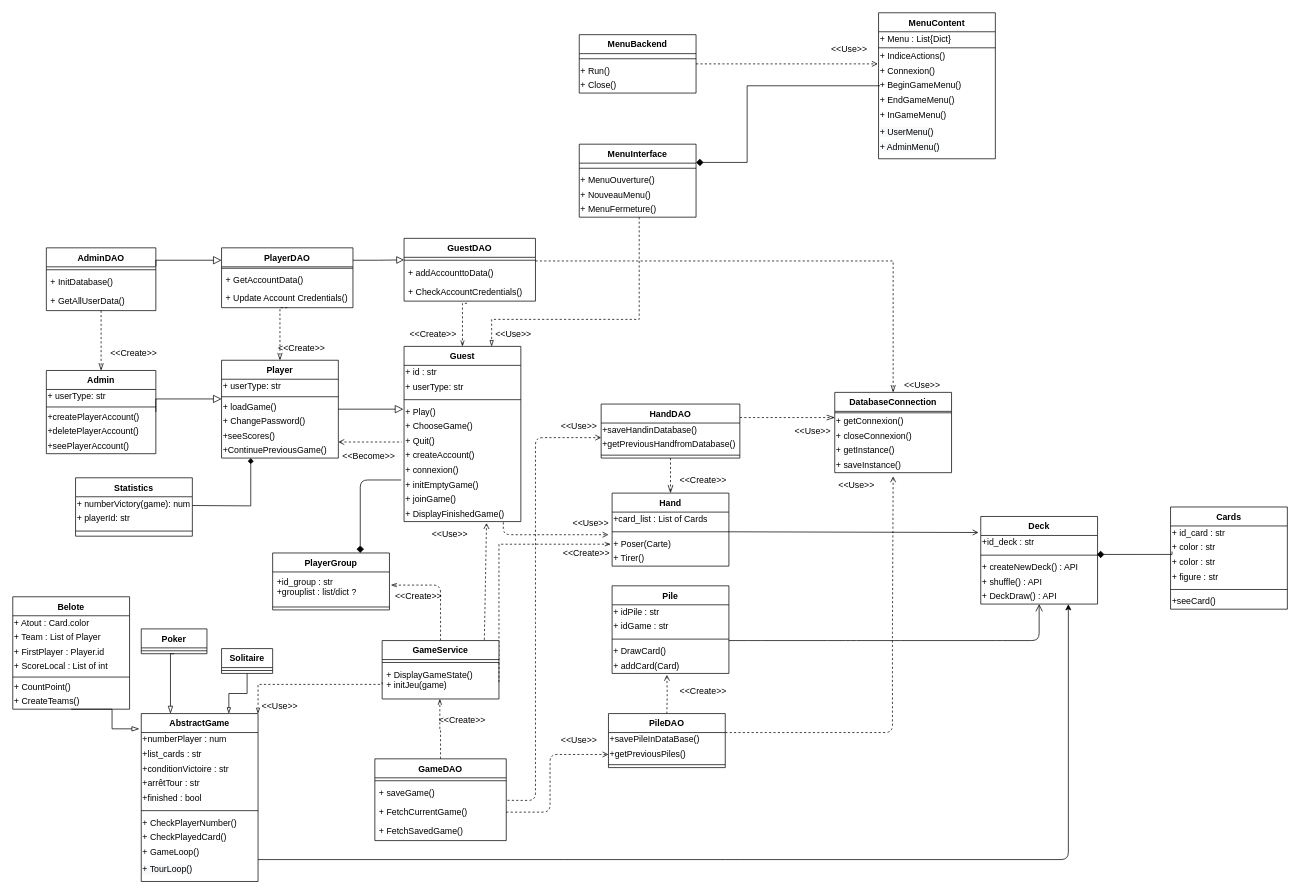
Above: Diagrams/ClassDiagram.drawio in MailineN/ProjetInfo2A (draw.io), before the change. Source tidied: cells renumbered, new cells numbered last; positions are measured from the earlier drawing's top-left corner, leaving out a move shared by most shapes. Both pictures are drawn from the tidied source at 73%, with x=0, y=0 at pixel (12, 12).
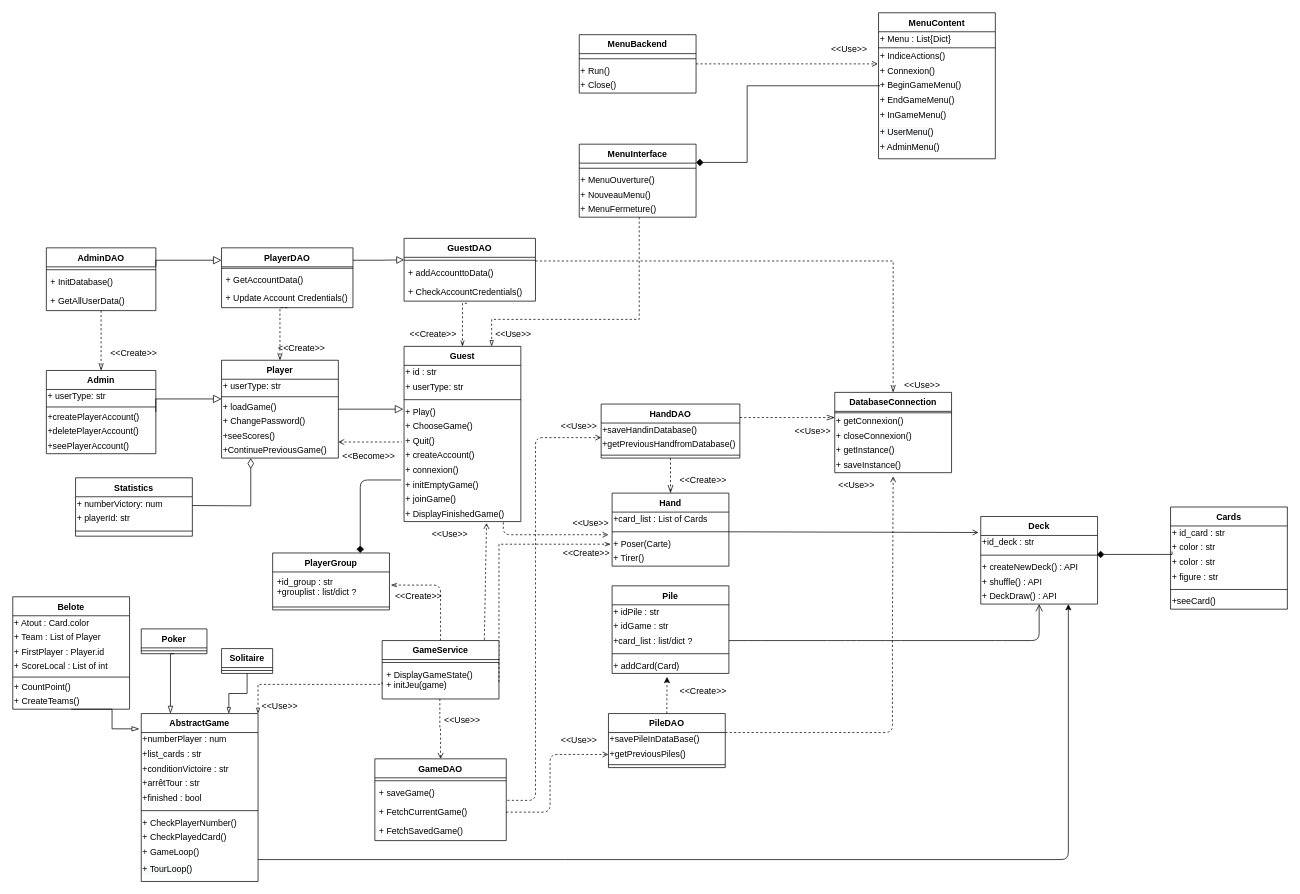
After the change.

Unchanged cells that the change refers to:
```xml
<mxCell id="107" value="GameDAO" style="swimlane;fontStyle=1;align=center;verticalAlign=top;horizontal=1;startSize=26;fontColor=none;" parent="1" vertex="1">
  <mxGeometry x="496" y="1022" width="180" height="112" as="geometry" />
</mxCell>
<mxCell id="118" value="Statistics" style="swimlane;fontStyle=1;align=center;verticalAlign=top;horizontal=1;startSize=26;" parent="1" vertex="1">
  <mxGeometry x="86" y="637" width="160" height="80" as="geometry" />
</mxCell>
<mxCell id="128" value="+ContinuePreviousGame()" style="text;html=1;strokeColor=none;fillColor=none;align=left;verticalAlign=middle;whiteSpace=wrap;rounded=0;" parent="122" vertex="1">
  <mxGeometry y="114" width="160" height="20" as="geometry" />
</mxCell>
<mxCell id="140" value="+ DisplayGameState()&#10;+ initJeu(game)" style="text;strokeColor=none;fillColor=none;align=left;verticalAlign=top;spacingLeft=4;spacingRight=4;overflow=hidden;points=[[0,0.5],[1,0.5]];portConstraint=eastwest;" parent="138" vertex="1">
  <mxGeometry y="34" width="160" height="46" as="geometry" />
</mxCell>
<mxCell id="156" value="PileDAO" style="swimlane;fontStyle=1;align=center;verticalAlign=top;horizontal=1;startSize=26;fontColor=none;" parent="1" vertex="1">
  <mxGeometry x="816" y="960" width="160" height="74" as="geometry" />
</mxCell>
<mxCell id="166" value="Deck" style="swimlane;fontStyle=1;align=center;verticalAlign=top;horizontal=1;startSize=26;fontColor=none;" parent="1" vertex="1">
  <mxGeometry x="1326" y="690" width="160" height="120" as="geometry" />
</mxCell>
<mxCell id="179" value="Pile" style="swimlane;fontStyle=1;align=center;verticalAlign=top;horizontal=1;startSize=26;fontColor=none;" parent="1" vertex="1">
  <mxGeometry x="821" y="785" width="160" height="120" as="geometry" />
</mxCell>
<mxCell id="184" value="+ addCard(Card)" style="text;html=1;align=left;verticalAlign=middle;points=[];fontColor=none;" parent="179" vertex="1">
  <mxGeometry y="100" width="160" height="20" as="geometry" />
</mxCell>
```

The edit, as a diff of the source:
```diff
@@
-    <mxCell id="14" style="edgeStyle=orthogonalEdgeStyle;rounded=0;jettySize=auto;html=1;dashed=1;endArrow=none;endFill=0;endSize=9;strokeWidth=1;fontColor=none;entryX=0.5;entryY=0;entryDx=0;entryDy=0;startArrow=open;startFill=0;" parent="1" edge="1" target="156">
-      <mxGeometry relative="1" as="geometry">
-        <mxPoint x="896" y="907" as="sourcePoint" />
-      </mxGeometry>
-    </mxCell>
@@
-    <mxCell id="17" style="endArrow=open;html=1;strokeWidth=1;fontColor=none;entryX=0.5;entryY=1;entryDx=0;entryDy=0;endFill=0;endSize=8;exitX=1;exitY=-0.25;exitDx=0;exitDy=0;exitPerimeter=0;" parent="1" edge="1" source="183" target="166">
+    <mxCell id="17" style="endArrow=open;html=1;strokeWidth=1;fontColor=none;entryX=0.5;entryY=1;entryDx=0;entryDy=0;endFill=0;endSize=8;exitX=1;exitY=-0.25;exitDx=0;exitDy=0;exitPerimeter=0;" parent="1" edge="1" target="166">
       <mxGeometry relative="1" as="geometry">
+        <mxPoint x="981" y="860" as="sourcePoint" />
         <Array as="points">
           <mxPoint x="1016" y="860" />
           <mxPoint x="1126" y="860" />
           <mxPoint x="1146" y="860" />
           <mxPoint x="1206" y="860" />
           <mxPoint x="1356" y="860" />
           <mxPoint x="1406" y="860" />
         </Array>
       </mxGeometry>
     </mxCell>
@@
-    <mxCell id="40" style="edgeStyle=orthogonalEdgeStyle;rounded=0;jettySize=auto;html=1;exitX=1;exitY=0.5;exitDx=0;exitDy=0;endArrow=diamond;endFill=1;entryX=0.25;entryY=1;entryDx=0;entryDy=0;" parent="1" edge="1" target="128">
+    <mxCell id="40" style="edgeStyle=orthogonalEdgeStyle;rounded=0;jettySize=auto;html=1;exitX=1;exitY=0.5;exitDx=0;exitDy=0;endArrow=diamondThin;endFill=0;entryX=0.25;entryY=1;entryDx=0;entryDy=0;endSize=12;" parent="1" edge="1" target="128">
       <mxGeometry relative="1" as="geometry">
         <mxPoint x="246" y="675" as="sourcePoint" />
       </mxGeometry>
     </mxCell>
-    <mxCell id="41" style="edgeStyle=orthogonalEdgeStyle;rounded=0;jettySize=auto;html=1;exitX=0.5;exitY=0;exitDx=0;exitDy=0;entryX=0.494;entryY=1;entryDx=0;entryDy=0;entryPerimeter=0;endArrow=openThin;endFill=0;dashed=1;" parent="1" edge="1" source="107" target="140">
-      <mxGeometry relative="1" as="geometry" />
+    <mxCell id="41" style="edgeStyle=orthogonalEdgeStyle;rounded=0;jettySize=auto;html=1;exitX=0.5;exitY=0;exitDx=0;exitDy=0;entryX=0.494;entryY=1;entryDx=0;entryDy=0;entryPerimeter=0;endArrow=none;endFill=0;dashed=1;startArrow=open;startFill=0;" parent="1" edge="1" source="107" target="140">
+      <mxGeometry relative="1" as="geometry">
+        <Array as="points">
+          <mxPoint x="585" y="981" />
+        </Array>
+      </mxGeometry>
     </mxCell>
@@
-    <mxCell id="47" value="&amp;lt;&amp;lt;Create&amp;gt;&amp;gt;" style="text;html=1;strokeColor=none;fillColor=none;align=center;verticalAlign=middle;whiteSpace=wrap;rounded=0;fontColor=none;" parent="1" vertex="1">
+    <mxCell id="47" value="&amp;lt;&amp;lt;Use&amp;gt;&amp;gt;" style="text;html=1;strokeColor=none;fillColor=none;align=center;verticalAlign=middle;whiteSpace=wrap;rounded=0;fontColor=none;" parent="1" vertex="1">
       <mxGeometry x="596" y="960" width="40" height="20" as="geometry" />
     </mxCell>
@@
-    <mxCell id="119" value="+ numberVictory(game): num" style="text;html=1;strokeColor=none;fillColor=none;align=left;verticalAlign=middle;whiteSpace=wrap;rounded=0;" parent="118" vertex="1">
+    <mxCell id="119" value="+ numberVictory: num" style="text;html=1;strokeColor=none;fillColor=none;align=left;verticalAlign=middle;whiteSpace=wrap;rounded=0;" parent="118" vertex="1">
       <mxGeometry y="26" width="160" height="20" as="geometry" />
     </mxCell>
@@
+    <mxCell id="186" value="+card_list : list/dict ?&amp;nbsp;" style="text;html=1;strokeColor=none;fillColor=none;align=left;verticalAlign=middle;whiteSpace=wrap;rounded=0;" parent="179" vertex="1">
+      <mxGeometry y="66" width="160" height="20" as="geometry" />
+    </mxCell>
     <mxCell id="182" style="line;strokeWidth=1;fillColor=none;align=left;verticalAlign=middle;spacingTop=-1;spacingLeft=3;spacingRight=3;labelPosition=right;" parent="179" vertex="1">
-      <mxGeometry y="66" width="160" height="14" as="geometry" />
+      <mxGeometry y="86" width="160" height="14" as="geometry" />
     </mxCell>
-    <mxCell id="183" value="+ DrawCard()" style="text;html=1;align=left;verticalAlign=middle;points=[];fontColor=none;" parent="179" vertex="1">
-      <mxGeometry y="80" width="160" height="20" as="geometry" />
-    </mxCell>
@@
+    <mxCell id="187" style="endArrow=classic;html=1;exitX=0.5;exitY=0;exitDx=0;exitDy=0;entryX=0.47;entryY=1.233;entryDx=0;entryDy=0;entryPerimeter=0;dashed=1;" parent="1" edge="1" source="156" target="184">
+      <mxGeometry relative="1" as="geometry" />
+    </mxCell>
```
